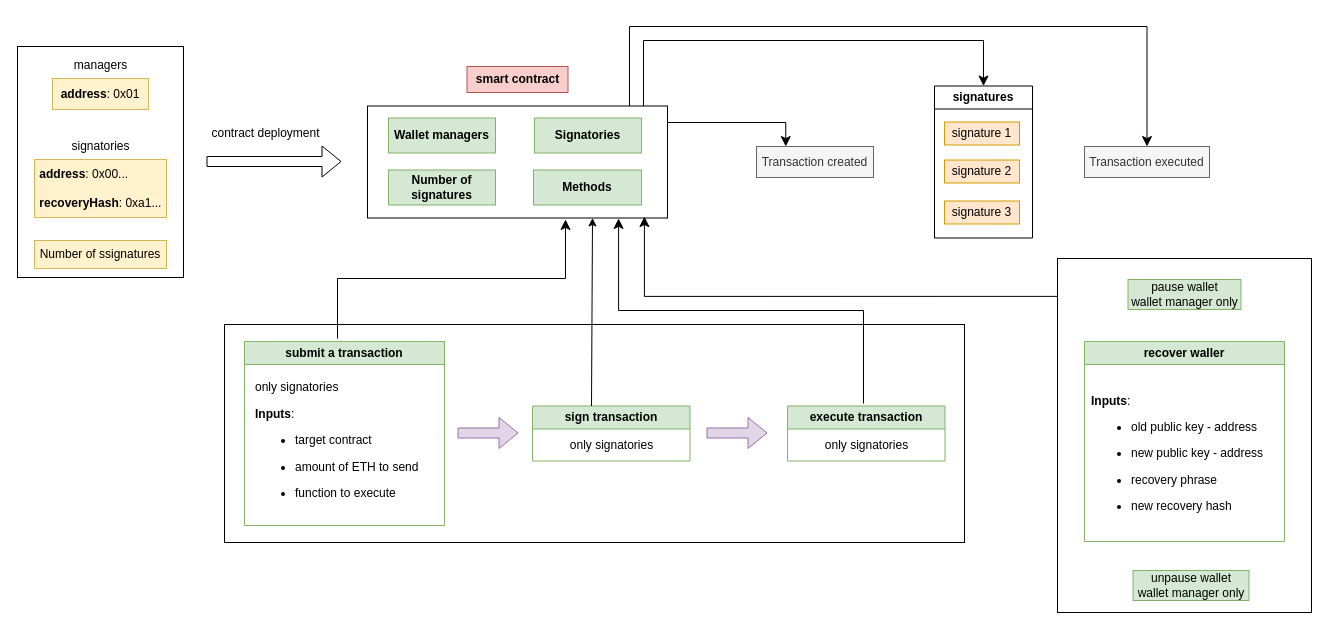
This is MultisigWallet.drawio from Edoumou/drawings, a draw.io file, before an edit. Source tidied: cells renumbered, new cells numbered last; positions are measured from the earlier drawing's top-left corner, leaving out a move shared by most shapes. Both pictures are drawn from the tidied source at 100%, with x=0, y=0 at pixel (17, 26).
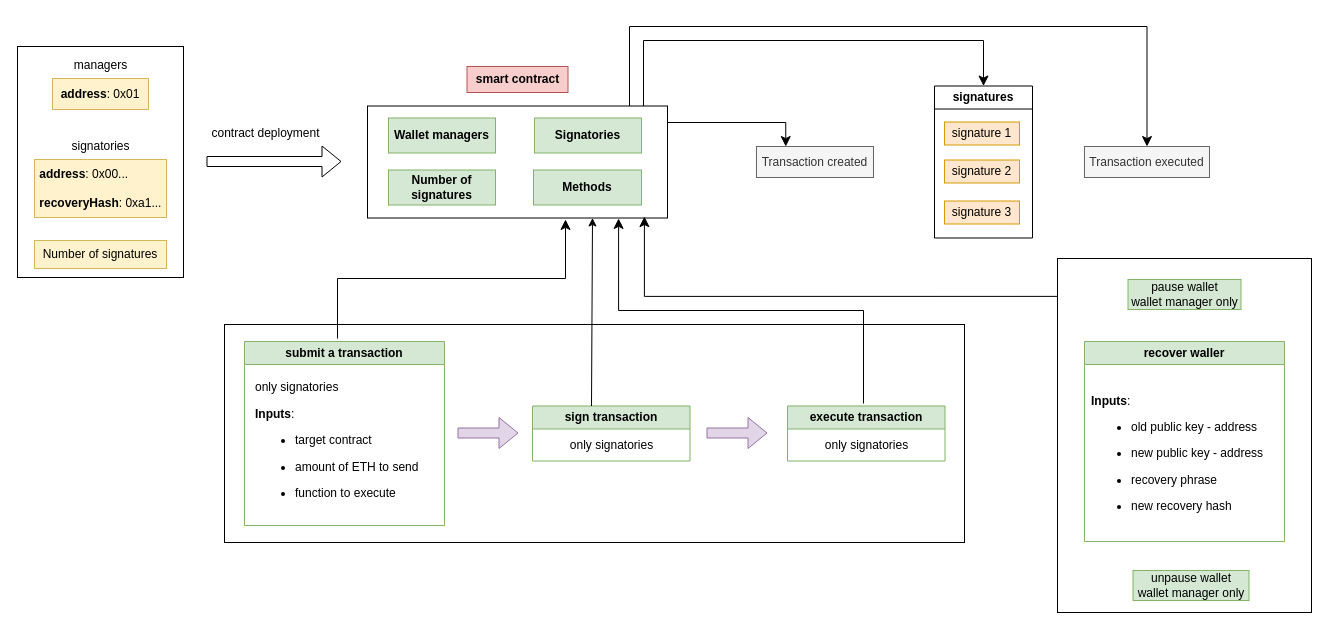
After the change.

Unchanged cells that the change refers to:
```xml
<mxCell id="11" style="group;" parent="3" vertex="1">
  <mxGeometry y="20" width="166" height="231" as="geometry" />
</mxCell>
```

Diff of the diagram source:
```diff
@@
-    <mxCell id="15" value="Number of ssignatures" style="rounded=0;whiteSpace=wrap;html=1;fillColor=#fff2cc;strokeColor=#d6b656;" parent="11" vertex="1">
+    <mxCell id="15" value="Number of signatures" style="rounded=0;whiteSpace=wrap;html=1;fillColor=#fff2cc;strokeColor=#d6b656;" parent="11" vertex="1">
       <mxGeometry x="17" y="194" width="132" height="28" as="geometry" />
     </mxCell>
```
